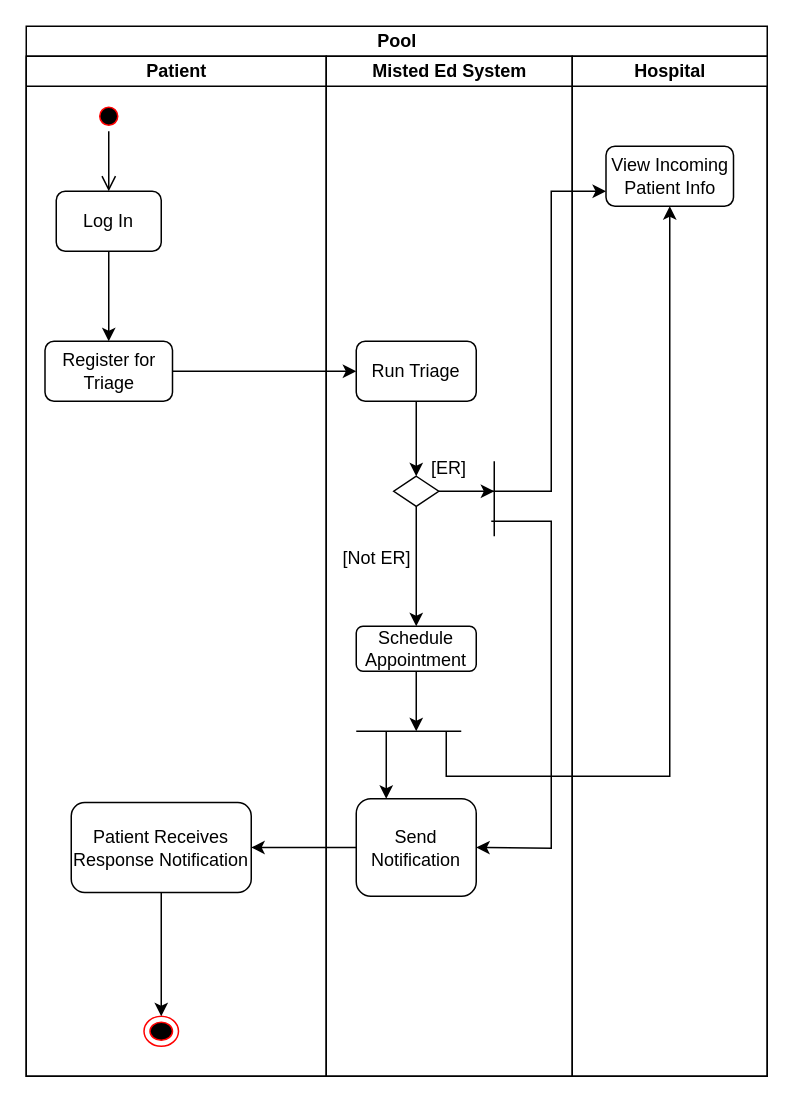
Before: JustinWork/swimlane.drawio in SENG-350-2024-fall/Team9, a draw.io diagram. Source tidied: cells renumbered, new cells numbered last; positions are measured from the earlier drawing's top-left corner, leaving out a move shared by most shapes. Both pictures are drawn from the tidied source at 150%, with x=0, y=0 at pixel (26, 26).
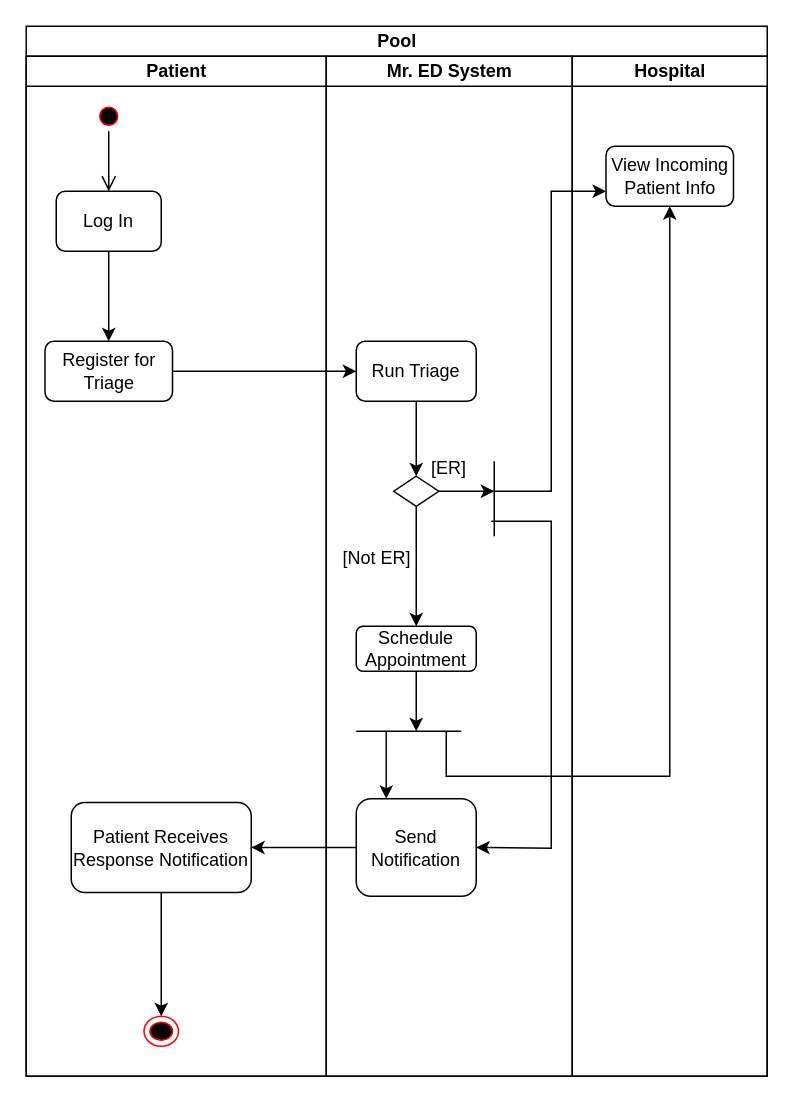
Above is the later version.

The change refers to these unchanged cells:
```xml
<mxCell id="2" value="Pool" style="swimlane;startSize=20;html=1;" parent="1" vertex="1">
  <mxGeometry width="494" height="700" as="geometry" />
</mxCell>
```

What changed in the source:
```diff
@@
-    <mxCell id="12" value="Misted Ed System" style="swimlane;startSize=20;html=1;" parent="2" vertex="1">
+    <mxCell id="12" value="Mr. ED System" style="swimlane;startSize=20;html=1;" parent="2" vertex="1">
       <mxGeometry x="200" y="20" width="164" height="680" as="geometry" />
     </mxCell>
```
